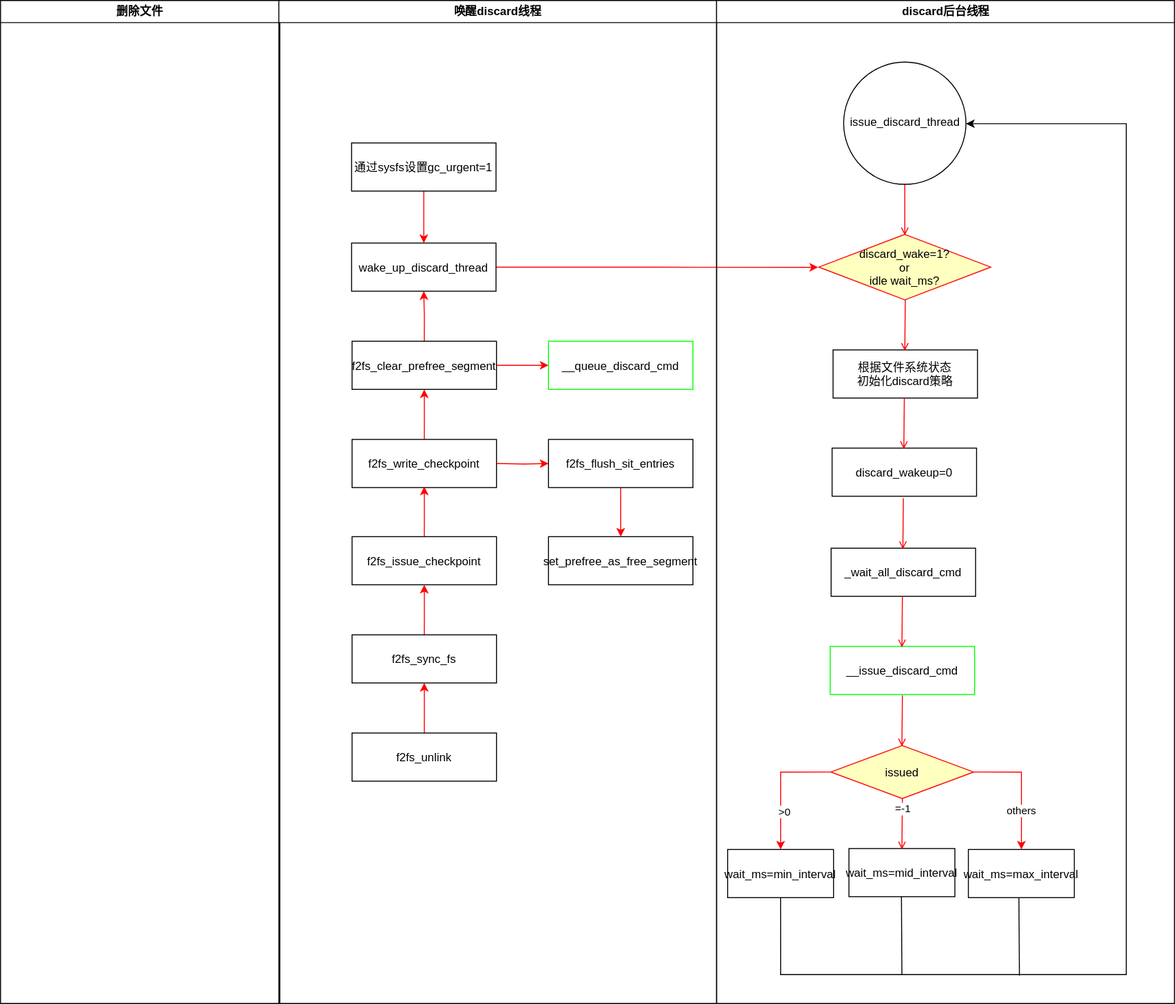
Before: f2fs_discard流程图.drawio.svg, a diagram exported from draw.io (lz111676/Drawing-Bed). Source tidied: cells renumbered, new cells last; positions are measured from the earlier drawing's top-left corner, leaving out a move shared by most shapes.
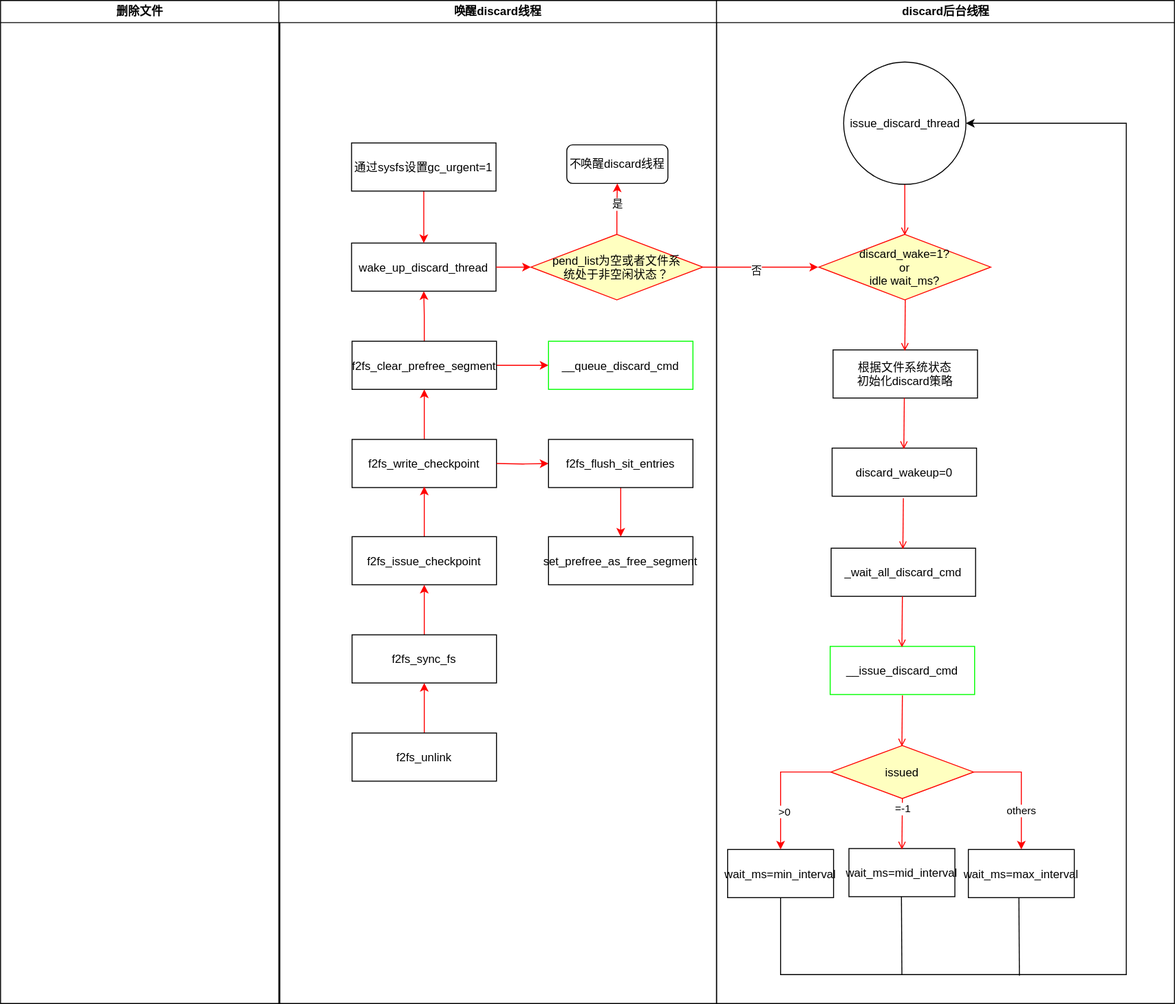
After the change.

Commit message:
更新f2fs_discard流程图.drawio.svg

Diff of the diagram source:
```diff
@@ -8,11 +8,6 @@
     <mxCell id="3" value="唤醒discard线程" style="swimlane;whiteSpace=wrap;" parent="1" vertex="1">
       <mxGeometry x="289" width="454.5" height="1042" as="geometry" />
     </mxCell>
-    <mxCell id="4" style="edgeStyle=orthogonalEdgeStyle;rounded=0;jettySize=auto;html=1;exitX=1;exitY=0.5;exitDx=0;exitDy=0;strokeColor=#FF0000;" parent="3" edge="1" source="5">
-      <mxGeometry relative="1" as="geometry">
-        <mxPoint x="560" y="277.2" as="targetPoint" />
-      </mxGeometry>
-    </mxCell>
     <mxCell id="5" value="wake_up_discard_thread" parent="3" vertex="1">
       <mxGeometry x="75.5" y="252" width="150" height="50" as="geometry" />
     </mxCell>
@@ -22,6 +17,9 @@
     <mxCell id="7" value="通过sysfs设置gc_urgent=1" parent="3" vertex="1">
       <mxGeometry x="75.5" y="148" width="150" height="50" as="geometry" />
     </mxCell>
+    <mxCell id="50" value="不唤醒discard线程" style="rounded=1;whiteSpace=wrap;html=1;" parent="3" vertex="1">
+      <mxGeometry x="299" y="150" width="105" height="40" as="geometry" />
+    </mxCell>
     <mxCell id="8" value="discard后台线程" style="swimlane;whiteSpace=wrap;" parent="1" vertex="1">
       <mxGeometry x="743.5" width="475.5" height="1042" as="geometry" />
     </mxCell>
@@ -191,5 +189,27 @@
     <mxCell id="49" value="f2fs_unlink" parent="1" vertex="1">
       <mxGeometry x="365" y="761" width="150" height="50" as="geometry" />
     </mxCell>
+    <mxCell id="51" style="edgeStyle=orthogonalEdgeStyle;rounded=0;jettySize=auto;html=1;exitX=1;exitY=0.5;exitDx=0;exitDy=0;strokeColor=#FF0000;" parent="1" edge="1" source="55">
+      <mxGeometry relative="1" as="geometry">
+        <mxPoint x="849" y="277" as="targetPoint" />
+      </mxGeometry>
+    </mxCell>
+    <mxCell id="52" value="否" style="edgeLabel;html=1;align=center;verticalAlign=middle;" parent="51" vertex="1">
+      <mxGeometry x="-0.09" y="-4" relative="1" as="geometry" />
+    </mxCell>
+    <mxCell id="53" style="edgeStyle=orthogonalEdgeStyle;rounded=0;jettySize=auto;html=1;exitX=0.5;exitY=0;exitDx=0;exitDy=0;entryX=0.5;entryY=1;entryDx=0;entryDy=0;strokeColor=#FF0000;" parent="1" edge="1" source="55" target="50">
+      <mxGeometry relative="1" as="geometry" />
+    </mxCell>
+    <mxCell id="54" value="是" style="edgeLabel;html=1;align=center;verticalAlign=middle;" parent="53" vertex="1">
+      <mxGeometry x="0.21" y="1" relative="1" as="geometry">
+        <mxPoint x="1" y="1" as="offset" />
+      </mxGeometry>
+    </mxCell>
+    <mxCell id="55" value="pend_list为空或者文件系&#10;统处于非空闲状态？" style="rhombus;fillColor=#ffffc0;strokeColor=#ff0000;" parent="1" vertex="1">
+      <mxGeometry x="550.8" y="243" width="178.5" height="68" as="geometry" />
+    </mxCell>
+    <mxCell id="56" style="edgeStyle=orthogonalEdgeStyle;rounded=0;jettySize=auto;html=1;exitX=1;exitY=0.5;exitDx=0;exitDy=0;entryX=0;entryY=0.5;entryDx=0;entryDy=0;strokeColor=#FF0000;" parent="1" edge="1" source="5" target="55">
+      <mxGeometry relative="1" as="geometry" />
+    </mxCell>
   </root>
 </mxGraphModel>
```
